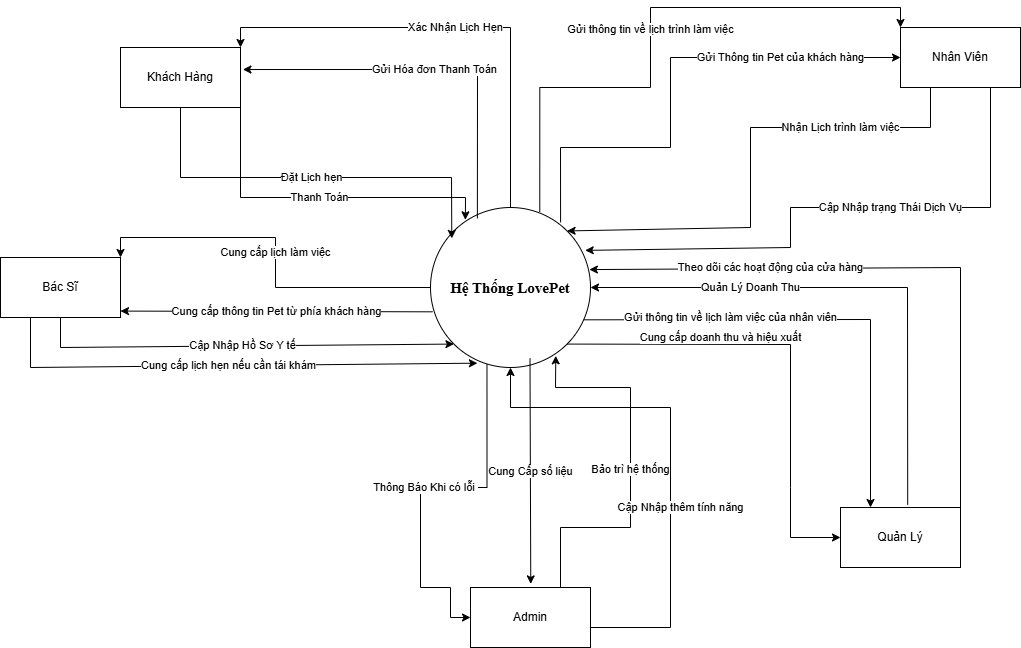
This is Context Diagram.drawio.png from Junglou/-n, a draw.io export, as it was before one commit. Source tidied: cells renumbered, new cells last; positions are measured from the earlier drawing's top-left corner, leaving out a move shared by most shapes.
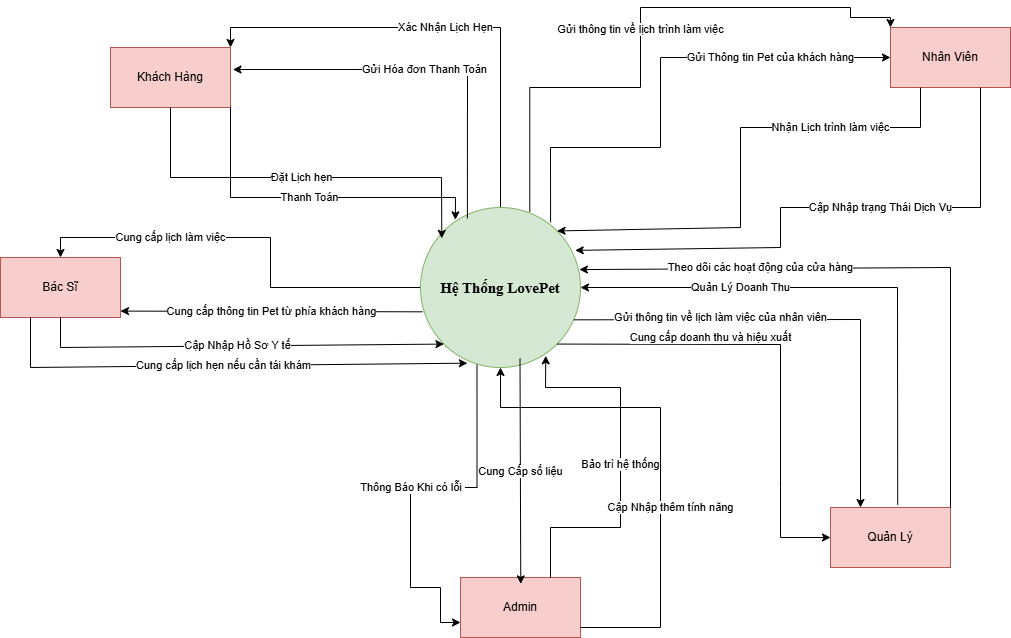
Above is the later version.

The edit, as a diff of the source:
```diff
@@ -2,8 +2,8 @@
   <root>
     <mxCell id="0" />
     <mxCell id="1" parent="0" />
-    <mxCell id="2" value="Cung cấp lịch làm việc" style="edgeStyle=orthogonalEdgeStyle;rounded=0;jettySize=auto;html=1;entryX=1;entryY=0;entryDx=0;entryDy=0;" parent="1" edge="1" source="6" target="7">
-      <mxGeometry relative="1" as="geometry" />
+    <mxCell id="2" value="Cung cấp lịch làm việc" style="edgeStyle=orthogonalEdgeStyle;rounded=0;jettySize=auto;html=1;entryX=0.5;entryY=0;entryDx=0;entryDy=0;" parent="1" edge="1" source="6" target="7">
+      <mxGeometry x="0.4" relative="1" as="geometry" />
     </mxCell>
     <mxCell id="3" value="Xác Nhận Lịch Hẹn" style="edgeStyle=orthogonalEdgeStyle;rounded=0;jettySize=auto;html=1;entryX=1;entryY=0;entryDx=0;entryDy=0;exitX=0.5;exitY=0;exitDx=0;exitDy=0;" parent="1" edge="1" source="6" target="8">
       <mxGeometry relative="1" as="geometry" />
@@ -14,37 +14,39 @@
           <mxPoint x="539" y="80" />
           <mxPoint x="650" y="80" />
           <mxPoint x="650" />
-          <mxPoint x="900" />
+          <mxPoint x="860" />
+          <mxPoint x="860" y="10" />
+          <mxPoint x="900" y="10" />
         </Array>
       </mxGeometry>
     </mxCell>
-    <mxCell id="5" value="Thông Báo Khi có lỗi&amp;nbsp;" style="edgeStyle=orthogonalEdgeStyle;rounded=0;jettySize=auto;html=1;entryX=0;entryY=0.5;entryDx=0;entryDy=0;exitX=0.353;exitY=0.977;exitDx=0;exitDy=0;exitPerimeter=0;" parent="1" edge="1" source="6" target="10">
+    <mxCell id="5" value="Thông Báo Khi có lỗi&amp;nbsp;" style="edgeStyle=orthogonalEdgeStyle;rounded=0;jettySize=auto;html=1;entryX=0;entryY=0.75;entryDx=0;entryDy=0;exitX=0.353;exitY=0.977;exitDx=0;exitDy=0;exitPerimeter=0;" parent="1" edge="1" source="6" target="10">
       <mxGeometry relative="1" as="geometry">
         <Array as="points">
           <mxPoint x="487" y="480" />
           <mxPoint x="420" y="480" />
           <mxPoint x="420" y="580" />
           <mxPoint x="450" y="580" />
-          <mxPoint x="450" y="610" />
+          <mxPoint x="450" y="615" />
         </Array>
       </mxGeometry>
     </mxCell>
-    <mxCell id="6" value="&lt;font style=&quot;font-size: 15px;&quot; face=&quot;Times New Roman&quot;&gt;&lt;b&gt;Hệ Thống LovePet&lt;/b&gt;&lt;/font&gt;" style="ellipse;whiteSpace=wrap;html=1;" parent="1" vertex="1">
+    <mxCell id="6" value="&lt;font style=&quot;font-size: 15px;&quot; face=&quot;Times New Roman&quot;&gt;&lt;b&gt;Hệ Thống LovePet&lt;/b&gt;&lt;/font&gt;" style="ellipse;whiteSpace=wrap;html=1;fillColor=#d5e8d4;strokeColor=#82b366;" parent="1" vertex="1">
       <mxGeometry x="430" y="200" width="160" height="160" as="geometry" />
     </mxCell>
-    <mxCell id="7" value="Bác Sĩ" style="whiteSpace=wrap;html=1;" parent="1" vertex="1">
-      <mxGeometry y="250" width="120" height="60" as="geometry" />
+    <mxCell id="7" value="Bác Sĩ" style="whiteSpace=wrap;html=1;fillColor=#f8cecc;strokeColor=#b85450;" parent="1" vertex="1">
+      <mxGeometry x="10" y="250" width="120" height="60" as="geometry" />
     </mxCell>
-    <mxCell id="8" value="Khách Hàng" style="whiteSpace=wrap;html=1;" parent="1" vertex="1">
+    <mxCell id="8" value="Khách Hàng" style="whiteSpace=wrap;html=1;fillColor=#f8cecc;strokeColor=#b85450;" parent="1" vertex="1">
       <mxGeometry x="120" y="40" width="120" height="60" as="geometry" />
     </mxCell>
-    <mxCell id="9" value="Nhân Viên" style="whiteSpace=wrap;html=1;" parent="1" vertex="1">
+    <mxCell id="9" value="Nhân Viên" style="whiteSpace=wrap;html=1;fillColor=#f8cecc;strokeColor=#b85450;" parent="1" vertex="1">
       <mxGeometry x="900" y="20" width="120" height="60" as="geometry" />
     </mxCell>
-    <mxCell id="10" value="Admin" style="whiteSpace=wrap;html=1;" parent="1" vertex="1">
-      <mxGeometry x="470" y="580" width="120" height="60" as="geometry" />
+    <mxCell id="10" value="Admin" style="whiteSpace=wrap;html=1;fillColor=#f8cecc;strokeColor=#b85450;" parent="1" vertex="1">
+      <mxGeometry x="470" y="570" width="120" height="60" as="geometry" />
     </mxCell>
-    <mxCell id="11" value="Quản Lý" style="rounded=0;whiteSpace=wrap;html=1;" parent="1" vertex="1">
+    <mxCell id="11" value="Quản Lý" style="rounded=0;whiteSpace=wrap;html=1;fillColor=#f8cecc;strokeColor=#b85450;" parent="1" vertex="1">
       <mxGeometry x="840" y="500" width="120" height="60" as="geometry" />
     </mxCell>
     <mxCell id="12" value="Cung cấp doanh thu và hiệu xuất" style="endArrow=classic;html=1;rounded=0;exitX=1;exitY=1;exitDx=0;exitDy=0;entryX=0;entryY=0.5;entryDx=0;entryDy=0;" parent="1" edge="1" source="6" target="11">
@@ -85,14 +87,14 @@
     <mxCell id="17" value="Cập Nhập Hồ Sơ Y tế" style="endArrow=classic;html=1;rounded=0;exitX=0.5;exitY=1;exitDx=0;exitDy=0;entryX=0;entryY=1;entryDx=0;entryDy=0;" parent="1" edge="1" source="7" target="6">
       <mxGeometry relative="1" as="geometry">
         <Array as="points">
-          <mxPoint x="60" y="340" />
+          <mxPoint x="70" y="340" />
         </Array>
       </mxGeometry>
     </mxCell>
     <mxCell id="18" value="Cung cấp lịch hẹn nếu cần tái khám" style="endArrow=classic;html=1;rounded=0;exitX=0.25;exitY=1;exitDx=0;exitDy=0;entryX=0.293;entryY=0.973;entryDx=0;entryDy=0;entryPerimeter=0;" parent="1" edge="1" source="7" target="6">
       <mxGeometry relative="1" as="geometry">
         <Array as="points">
-          <mxPoint x="30" y="360" />
+          <mxPoint x="40" y="360" />
         </Array>
       </mxGeometry>
     </mxCell>
```
